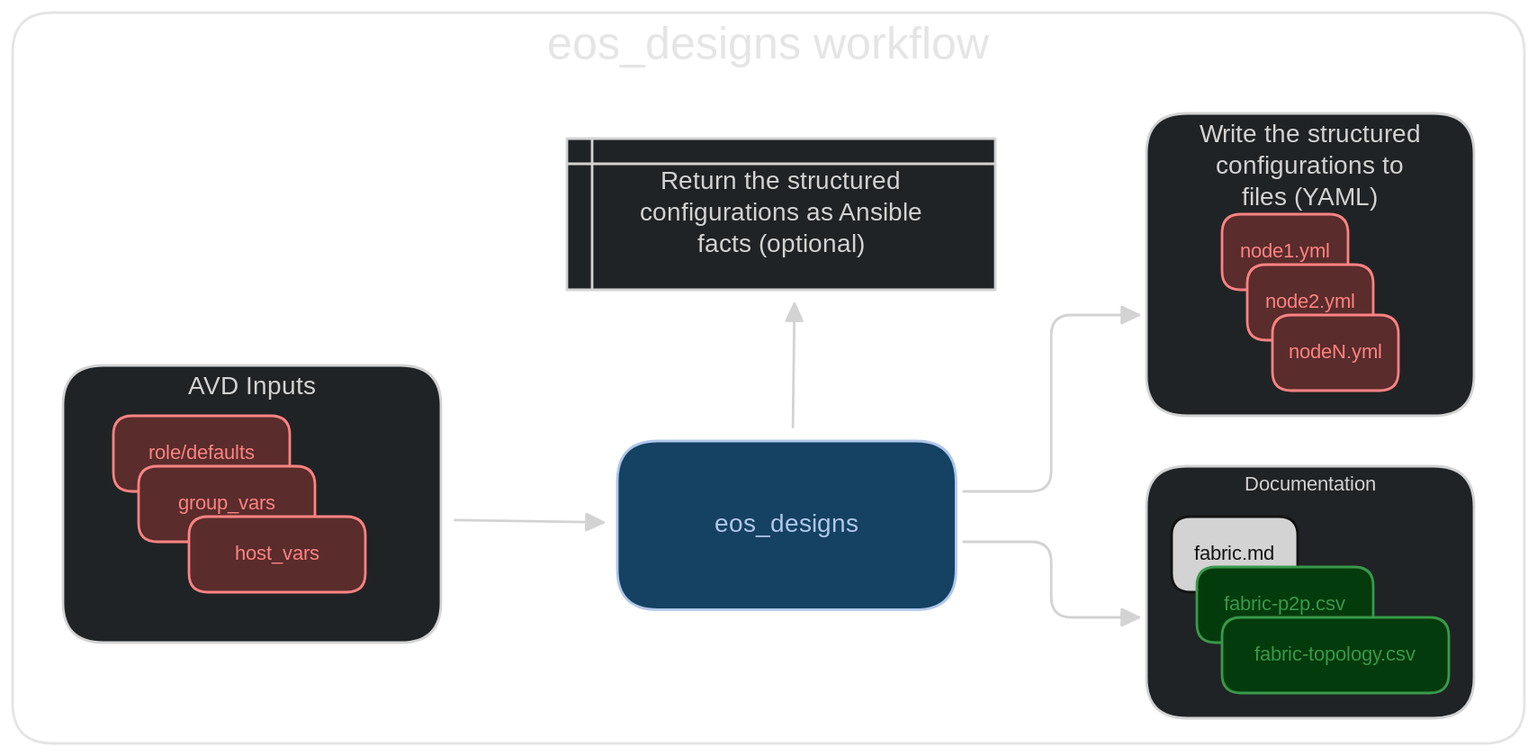
The Excalidraw diagram docs/_media/eos_designs_dark.svg in aristanetworks/avd, before a commit. Source tidied: one line per element, renumbered; positions are measured from the earlier drawing's top-left corner, leaving out a move shared by most shapes.
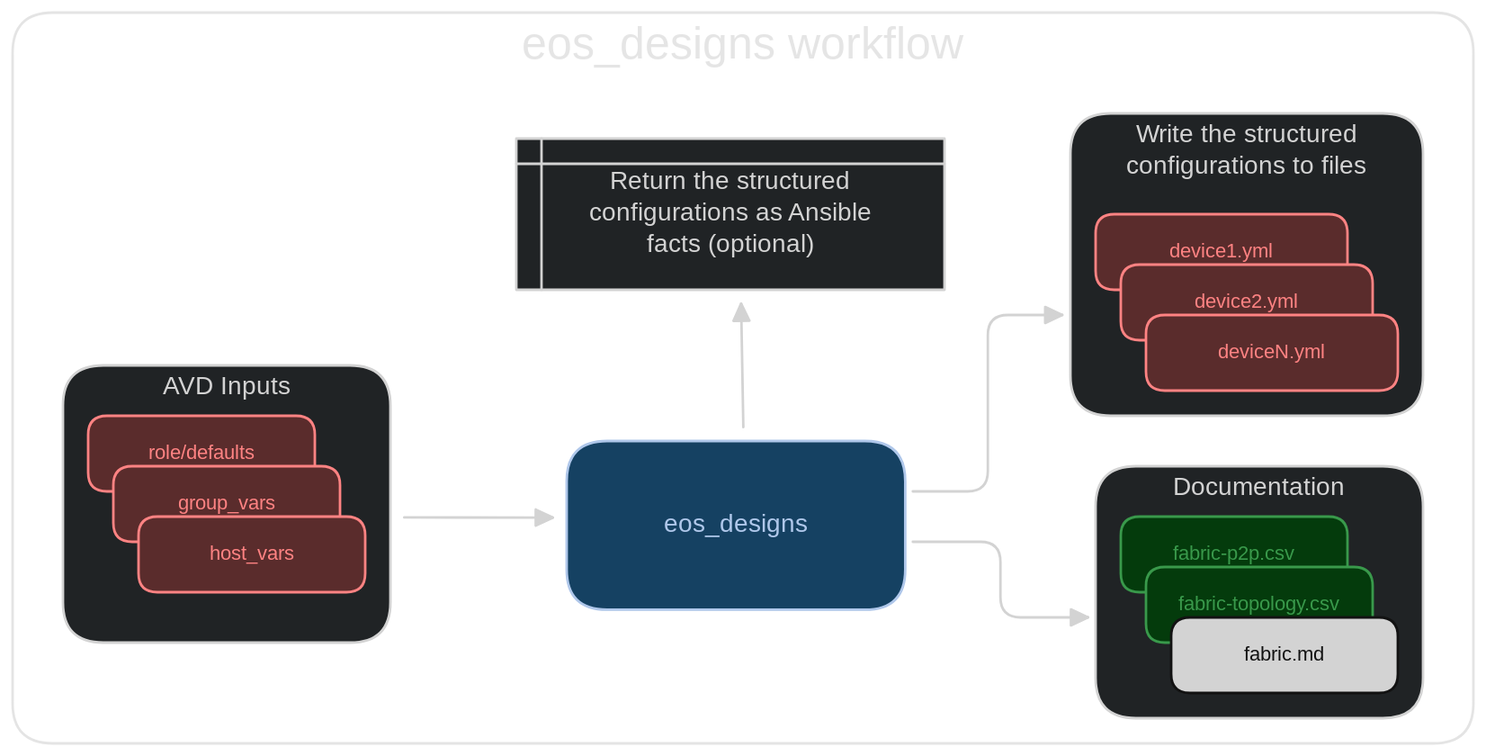
After the commit.

Diff of the diagram source:
```diff
@@ -1,36 +1,36 @@
-{"id": 0, "type": "rectangle", "strokeColor": "#1e1e1e", "strokeWidth": 2, "roughness": 0, "opacity": 60, "round": true, "x": 0, "y": 0, "width": 1200, "height": 580}
+{"id": 0, "type": "rectangle", "strokeColor": "#1e1e1e", "strokeWidth": 2, "roughness": 0, "opacity": 60, "round": true, "x": 40, "y": 0, "width": 1160, "height": 580}
-{"id": 1, "type": "text", "text": "eos_designs workflow", "strokeColor": "#1e1e1e", "strokeWidth": 2, "roughness": 0, "opacity": 60, "fontSize": 36, "fontFamily": 8, "textAlign": "center", "inside": 0, "x": 402, "y": 5, "width": 396, "height": 45}
+{"id": 1, "type": "text", "text": "eos_designs workflow", "strokeColor": "#1e1e1e", "strokeWidth": 2, "roughness": 0, "opacity": 60, "fontSize": 36, "fontFamily": 8, "textAlign": "center", "inside": 0, "x": 422, "y": 5, "width": 396, "height": 45}
-{"id": 2, "type": "rectangle", "strokeColor": "#1e1e1e", "backgroundColor": "#e9ecef", "fillStyle": "solid", "strokeWidth": 2, "roughness": 0, "round": true, "x": 900, "y": 80, "width": 260, "height": 240}
+{"id": 2, "type": "rectangle", "strokeColor": "#1e1e1e", "backgroundColor": "#e9ecef", "fillStyle": "solid", "strokeWidth": 2, "roughness": 0, "round": true, "x": 880, "y": 80, "width": 280, "height": 240}
-{"id": 3, "type": "text", "text": "Write the structured\nconfigurations to\nfiles (YAML)", "strokeColor": "#1e1e1e", "strokeWidth": 2, "roughness": 1, "fontSize": 20, "fontFamily": 8, "textAlign": "center", "inside": 2, "x": 920, "y": 85, "width": 220, "height": 75}
+{"id": 3, "type": "text", "text": "Write the structured\nconfigurations to files", "strokeColor": "#1e1e1e", "strokeWidth": 2, "roughness": 1, "fontSize": 20, "fontFamily": 8, "textAlign": "center", "inside": 2, "x": 894, "y": 85, "width": 253, "height": 50}
-{"id": 4, "type": "rectangle", "strokeColor": "#1e1e1e", "backgroundColor": "#e9ecef", "fillStyle": "solid", "strokeWidth": 2, "roughness": 0, "round": true, "x": 40, "y": 280, "width": 300, "height": 220}
+{"id": 4, "type": "rectangle", "strokeColor": "#1e1e1e", "backgroundColor": "#e9ecef", "fillStyle": "solid", "strokeWidth": 2, "roughness": 0, "round": true, "x": 80, "y": 280, "width": 260, "height": 220}
-{"id": 5, "type": "text", "text": "AVD Inputs", "strokeColor": "#1e1e1e", "strokeWidth": 2, "roughness": 0, "fontSize": 20, "fontFamily": 8, "textAlign": "center", "inside": 4, "x": 135, "y": 285, "width": 110, "height": 25}
+{"id": 5, "type": "text", "text": "AVD Inputs", "strokeColor": "#1e1e1e", "strokeWidth": 2, "roughness": 0, "fontSize": 20, "fontFamily": 8, "textAlign": "center", "inside": 4, "x": 155, "y": 285, "width": 110, "height": 25}
 {"id": 6, "type": "rectangle", "strokeColor": "#16325b", "backgroundColor": "#a5d8ff", "fillStyle": "solid", "strokeWidth": 2, "roughness": 0, "round": true, "x": 480, "y": 340, "width": 269, "height": 134}
 {"id": 7, "type": "text", "text": "eos_designs", "strokeColor": "#16325b", "strokeWidth": 2, "roughness": 0, "fontSize": 20, "fontFamily": 8, "textAlign": "center", "verticalAlign": "middle", "inside": 6, "x": 554, "y": 394, "width": 121, "height": 25}
-{"id": 8, "type": "arrow", "strokeColor": "#1e1e1e", "strokeWidth": 2, "roughness": 0, "endArrowhead": "triangle", "from": 4, "to": 6, "x": 351, "y": 403, "width": 118, "height": 2, "points": [[0, 0], [118, 2]]}
+{"id": 8, "type": "arrow", "strokeColor": "#1e1e1e", "strokeWidth": 2, "roughness": 0, "endArrowhead": "triangle", "from": 4, "to": 6, "x": 351, "y": 401, "width": 118, "height": 0, "points": [[0, 0], [118, 0]]}
-{"id": 9, "type": "rectangle", "strokeColor": "#e03131", "backgroundColor": "#ffc9c9", "fillStyle": "solid", "strokeWidth": 2, "roughness": 0, "round": true, "x": 80, "y": 320, "width": 140, "height": 60}
+{"id": 9, "type": "rectangle", "strokeColor": "#e03131", "backgroundColor": "#ffc9c9", "fillStyle": "solid", "strokeWidth": 2, "roughness": 0, "round": true, "x": 100, "y": 320, "width": 180, "height": 60}
-{"id": 10, "type": "text", "text": "role/defaults", "strokeColor": "#e03131", "strokeWidth": 2, "roughness": 0, "fontSize": 16, "fontFamily": 8, "textAlign": "center", "verticalAlign": "middle", "inside": 9, "x": 93, "y": 340, "width": 114, "height": 20}
+{"id": 10, "type": "text", "text": "role/defaults", "strokeColor": "#e03131", "strokeWidth": 2, "roughness": 0, "fontSize": 16, "fontFamily": 8, "textAlign": "center", "verticalAlign": "middle", "inside": 9, "x": 133, "y": 340, "width": 114, "height": 20}
-{"id": 11, "type": "rectangle", "strokeColor": "#e03131", "backgroundColor": "#ffc9c9", "fillStyle": "solid", "strokeWidth": 2, "roughness": 0, "round": true, "x": 960, "y": 160, "width": 100, "height": 60}
+{"id": 11, "type": "rectangle", "strokeColor": "#e03131", "backgroundColor": "#ffc9c9", "fillStyle": "solid", "strokeWidth": 2, "roughness": 0, "round": true, "x": 900, "y": 160, "width": 200, "height": 60}
-{"id": 12, "type": "text", "text": "node1.yml", "strokeColor": "#e03131", "strokeWidth": 2, "roughness": 0, "fontSize": 16, "fontFamily": 8, "textAlign": "center", "verticalAlign": "middle", "inside": 11, "x": 970, "y": 180, "width": 79, "height": 20}
+{"id": 12, "type": "text", "text": "device1.yml", "strokeColor": "#e03131", "strokeWidth": 2, "roughness": 0, "fontSize": 16, "fontFamily": 8, "textAlign": "center", "verticalAlign": "middle", "inside": 11, "x": 952, "y": 180, "width": 97, "height": 20}
-{"id": 13, "type": "rectangle", "strokeColor": "#e03131", "backgroundColor": "#ffc9c9", "fillStyle": "solid", "strokeWidth": 2, "roughness": 0, "round": true, "x": 980, "y": 200, "width": 100, "height": 60}
+{"id": 13, "type": "rectangle", "strokeColor": "#e03131", "backgroundColor": "#ffc9c9", "fillStyle": "solid", "strokeWidth": 2, "roughness": 0, "round": true, "x": 920, "y": 200, "width": 200, "height": 60}
-{"id": 14, "type": "text", "text": "node2.yml", "strokeColor": "#e03131", "strokeWidth": 2, "roughness": 0, "fontSize": 16, "fontFamily": 8, "textAlign": "center", "verticalAlign": "middle", "inside": 13, "x": 990, "y": 220, "width": 79, "height": 20}
+{"id": 14, "type": "text", "text": "device2.yml", "strokeColor": "#e03131", "strokeWidth": 2, "roughness": 0, "fontSize": 16, "fontFamily": 8, "textAlign": "center", "verticalAlign": "middle", "inside": 13, "x": 972, "y": 220, "width": 97, "height": 20}
-{"id": 15, "type": "rectangle", "strokeColor": "#e03131", "backgroundColor": "#ffc9c9", "fillStyle": "solid", "strokeWidth": 2, "roughness": 0, "round": true, "x": 1000, "y": 240, "width": 100, "height": 60}
+{"id": 15, "type": "rectangle", "strokeColor": "#e03131", "backgroundColor": "#ffc9c9", "fillStyle": "solid", "strokeWidth": 2, "roughness": 0, "round": true, "x": 940, "y": 240, "width": 200, "height": 60}
-{"id": 16, "type": "text", "text": "nodeN.yml", "strokeColor": "#e03131", "strokeWidth": 2, "roughness": 0, "fontSize": 16, "fontFamily": 8, "textAlign": "center", "verticalAlign": "middle", "inside": 15, "x": 1010, "y": 260, "width": 79, "height": 20}
+{"id": 16, "type": "text", "text": "deviceN.yml", "strokeColor": "#e03131", "strokeWidth": 2, "roughness": 0, "fontSize": 16, "fontFamily": 8, "textAlign": "center", "verticalAlign": "middle", "inside": 15, "x": 992, "y": 260, "width": 97, "height": 20}
-{"id": 17, "type": "rectangle", "strokeColor": "#e03131", "backgroundColor": "#ffc9c9", "fillStyle": "solid", "strokeWidth": 2, "roughness": 0, "round": true, "x": 100, "y": 360, "width": 140, "height": 60}
+{"id": 17, "type": "rectangle", "strokeColor": "#e03131", "backgroundColor": "#ffc9c9", "fillStyle": "solid", "strokeWidth": 2, "roughness": 0, "round": true, "x": 120, "y": 360, "width": 180, "height": 60}
-{"id": 18, "type": "text", "text": "group_vars", "strokeColor": "#e03131", "strokeWidth": 2, "roughness": 0, "fontSize": 16, "fontFamily": 8, "textAlign": "center", "verticalAlign": "middle", "inside": 17, "x": 126, "y": 380, "width": 88, "height": 20}
+{"id": 18, "type": "text", "text": "group_vars", "strokeColor": "#e03131", "strokeWidth": 2, "roughness": 0, "fontSize": 16, "fontFamily": 8, "textAlign": "center", "verticalAlign": "middle", "inside": 17, "x": 166, "y": 380, "width": 88, "height": 20}
-{"id": 19, "type": "rectangle", "strokeColor": "#e03131", "backgroundColor": "#ffc9c9", "fillStyle": "solid", "strokeWidth": 2, "roughness": 0, "round": true, "x": 140, "y": 400, "width": 140, "height": 60}
+{"id": 19, "type": "rectangle", "strokeColor": "#e03131", "backgroundColor": "#ffc9c9", "fillStyle": "solid", "strokeWidth": 2, "roughness": 0, "round": true, "x": 140, "y": 400, "width": 180, "height": 60}
-{"id": 20, "type": "text", "text": "host_vars", "strokeColor": "#e03131", "strokeWidth": 2, "roughness": 0, "fontSize": 16, "fontFamily": 8, "textAlign": "center", "verticalAlign": "middle", "inside": 19, "x": 170, "y": 420, "width": 79, "height": 20}
+{"id": 20, "type": "text", "text": "host_vars", "strokeColor": "#e03131", "strokeWidth": 2, "roughness": 0, "fontSize": 16, "fontFamily": 8, "textAlign": "center", "verticalAlign": "middle", "inside": 19, "x": 190, "y": 420, "width": 79, "height": 20}
 {"id": 21, "type": "rectangle", "strokeColor": "#1e1e1e", "backgroundColor": "#e9ecef", "fillStyle": "solid", "strokeWidth": 2, "roughness": 0, "round": true, "x": 900, "y": 360, "width": 260, "height": 200}
-{"id": 22, "type": "text", "text": "Documentation", "strokeColor": "#1e1e1e", "strokeWidth": 2, "roughness": 0, "fontSize": 16, "fontFamily": 8, "textAlign": "center", "inside": 21, "x": 973, "y": 365, "width": 114, "height": 20}
+{"id": 22, "type": "text", "text": "Documentation", "strokeColor": "#1e1e1e", "strokeWidth": 2, "roughness": 0, "fontSize": 20, "fontFamily": 8, "textAlign": "center", "inside": 21, "x": 959, "y": 365, "width": 143, "height": 25}
-{"id": 23, "type": "rectangle", "strokeColor": "#ffffff", "backgroundColor": "#1e1e1e", "fillStyle": "solid", "strokeWidth": 2, "roughness": 0, "round": true, "x": 920, "y": 400, "width": 100, "height": 60}
-{"id": 24, "type": "text", "text": "fabric.md", "strokeColor": "#ffffff", "strokeWidth": 2, "roughness": 0, "fontSize": 16, "fontFamily": 8, "textAlign": "center", "verticalAlign": "middle", "inside": 23, "x": 930, "y": 420, "width": 79, "height": 20}
-{"id": 25, "type": "rectangle", "strokeColor": "#2f9e44", "backgroundColor": "#b2f2bb", "fillStyle": "solid", "strokeWidth": 2, "roughness": 0, "round": true, "x": 940, "y": 440, "width": 140, "height": 60}
+{"id": 25, "type": "rectangle", "strokeColor": "#2f9e44", "backgroundColor": "#b2f2bb", "fillStyle": "solid", "strokeWidth": 2, "roughness": 0, "round": true, "x": 920, "y": 400, "width": 180, "height": 60}
-{"id": 26, "type": "text", "text": "fabric-p2p.csv", "strokeColor": "#2f9e44", "backgroundColor": "#b2f2bb", "fillStyle": "solid", "strokeWidth": 2, "roughness": 0, "fontSize": 16, "fontFamily": 8, "textAlign": "center", "verticalAlign": "middle", "inside": 25, "x": 948, "y": 460, "width": 123, "height": 20}
+{"id": 26, "type": "text", "text": "fabric-p2p.csv", "strokeColor": "#2f9e44", "backgroundColor": "#b2f2bb", "fillStyle": "solid", "strokeWidth": 2, "roughness": 0, "fontSize": 16, "fontFamily": 8, "textAlign": "center", "verticalAlign": "middle", "inside": 25, "x": 948, "y": 420, "width": 123, "height": 20}
-{"id": 27, "type": "rectangle", "strokeColor": "#2f9e44", "backgroundColor": "#b2f2bb", "fillStyle": "solid", "strokeWidth": 2, "roughness": 0, "round": true, "x": 960, "y": 480, "width": 180, "height": 60}
+{"id": 27, "type": "rectangle", "strokeColor": "#2f9e44", "backgroundColor": "#b2f2bb", "fillStyle": "solid", "strokeWidth": 2, "roughness": 0, "round": true, "x": 940, "y": 440, "width": 180, "height": 60}
-{"id": 28, "type": "text", "text": "fabric-topology.csv", "strokeColor": "#2f9e44", "strokeWidth": 2, "roughness": 0, "fontSize": 16, "fontFamily": 8, "textAlign": "center", "verticalAlign": "middle", "inside": 27, "x": 966, "y": 500, "width": 167, "height": 20}
+{"id": 28, "type": "text", "text": "fabric-topology.csv", "strokeColor": "#2f9e44", "strokeWidth": 2, "roughness": 0, "fontSize": 16, "fontFamily": 8, "textAlign": "center", "verticalAlign": "middle", "inside": 27, "x": 946, "y": 460, "width": 167, "height": 20}
 {"id": 29, "type": "rectangle", "strokeColor": "#1e1e1e", "backgroundColor": "#e9ecef", "fillStyle": "solid", "strokeWidth": 2, "roughness": 0, "x": 440, "y": 100, "width": 340, "height": 120}
 {"id": 30, "type": "text", "text": "Return the structured\nconfigurations as Ansible\nfacts (optional)", "strokeColor": "#1e1e1e", "backgroundColor": "#e9ecef", "fillStyle": "solid", "strokeWidth": 2, "roughness": 0, "fontSize": 20, "fontFamily": 8, "textAlign": "center", "verticalAlign": "middle", "inside": 29, "x": 473, "y": 122, "width": 275, "height": 75}
 {"id": 31, "type": "line", "strokeColor": "#1e1e1e", "backgroundColor": "#e9ecef", "fillStyle": "solid", "strokeWidth": 2, "roughness": 0, "x": 460, "y": 220, "width": 0, "height": 120, "points": [[0, 0], [0, -120]]}
 {"id": 32, "type": "line", "strokeColor": "#1e1e1e", "backgroundColor": "#e9ecef", "fillStyle": "solid", "strokeWidth": 2, "roughness": 0, "x": 440, "y": 120, "width": 340, "height": 0, "points": [[0, 0], [340, 0]]}
-{"id": 33, "type": "arrow", "strokeColor": "#1e1e1e", "strokeWidth": 2, "roughness": 0, "endArrowhead": "triangle", "from": 6, "to": 29, "x": 619, "y": 329, "width": 1, "height": 98, "points": [[0, 0], [1, -98]]}
+{"id": 33, "type": "arrow", "strokeColor": "#1e1e1e", "strokeWidth": 2, "roughness": 0, "endArrowhead": "triangle", "from": 6, "to": 29, "x": 620, "y": 329, "width": 2, "height": 98, "points": [[0, 0], [-2, -98]]}
-{"id": 34, "type": "arrow", "strokeColor": "#1e1e1e", "backgroundColor": "#e9ecef", "fillStyle": "solid", "strokeWidth": 2, "roughness": 0, "endArrowhead": "triangle", "from": 6, "to": 2, "x": 755, "y": 380, "width": 139, "height": 140, "points": [[0, 0], [70, 0], [70, -140], [139, -140]]}
+{"id": 34, "type": "arrow", "strokeColor": "#1e1e1e", "backgroundColor": "#e9ecef", "fillStyle": "solid", "strokeWidth": 2, "roughness": 0, "endArrowhead": "triangle", "from": 6, "to": 2, "x": 755, "y": 380, "width": 119, "height": 140, "points": [[0, 0], [60, 0], [60, -140], [119, -140]]}
 {"id": 35, "type": "arrow", "strokeColor": "#1e1e1e", "backgroundColor": "#e9ecef", "fillStyle": "solid", "strokeWidth": 2, "roughness": 0, "endArrowhead": "triangle", "from": 6, "to": 21, "x": 755, "y": 420, "width": 139, "height": 60, "points": [[0, 0], [70, 0], [70, 60], [139, 60]]}
+{"id": 23, "type": "rectangle", "strokeColor": "#ffffff", "backgroundColor": "#1e1e1e", "fillStyle": "solid", "strokeWidth": 2, "roughness": 0, "round": true, "x": 960, "y": 480, "width": 180, "height": 60}
+{"id": 24, "type": "text", "text": "fabric.md", "strokeColor": "#ffffff", "strokeWidth": 2, "roughness": 0, "fontSize": 16, "fontFamily": 8, "textAlign": "center", "verticalAlign": "middle", "inside": 23, "x": 1010, "y": 500, "width": 79, "height": 20}
```
